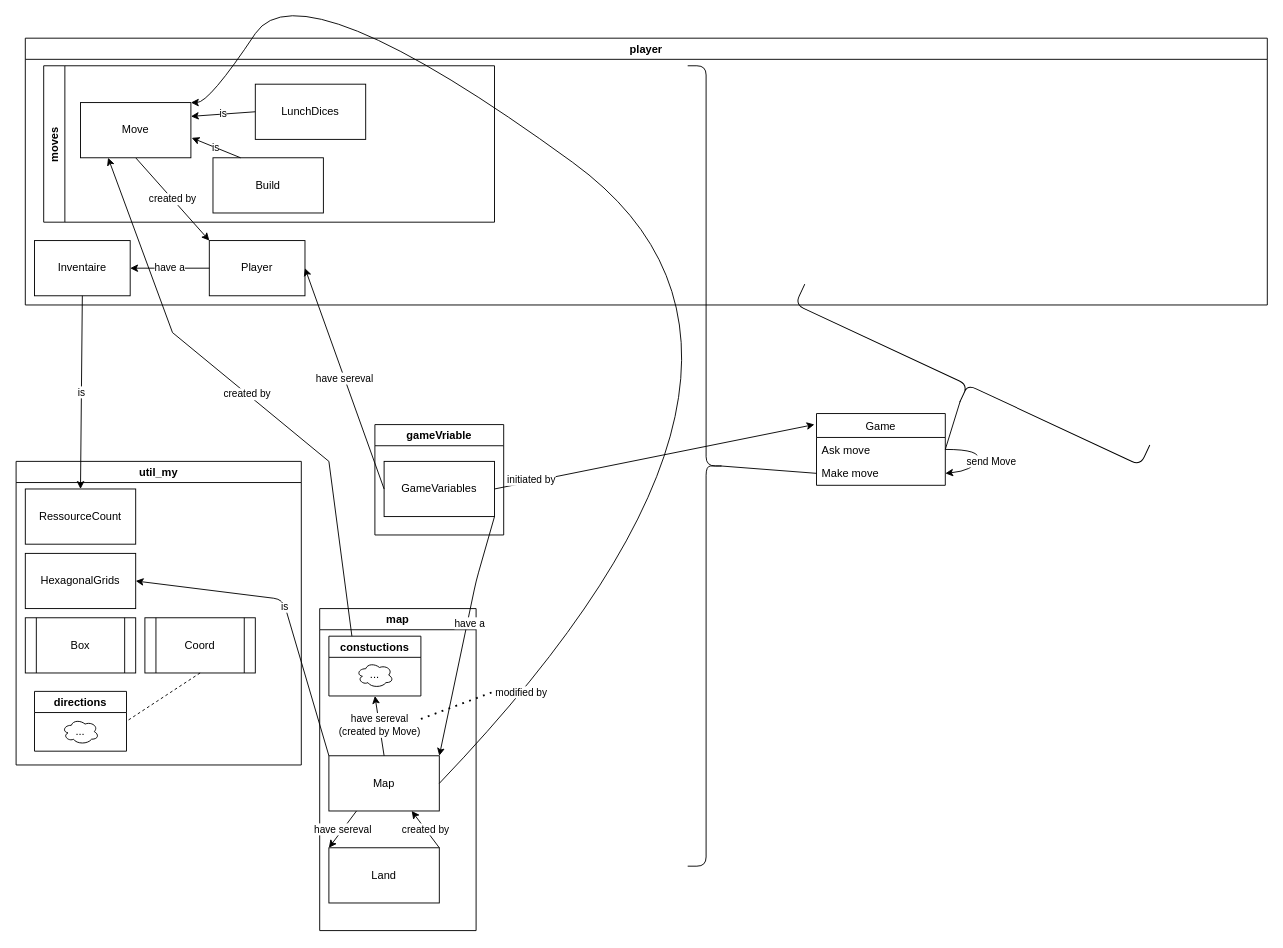
Before: schema.drawio in stanig2106/catan, a draw.io diagram. Source tidied: cells renumbered, new cells numbered last; positions are measured from the earlier drawing's top-left corner, leaving out a move shared by most shapes. Both pictures are drawn from the tidied source at 92%, with x=0, y=0 at pixel (16, -36).
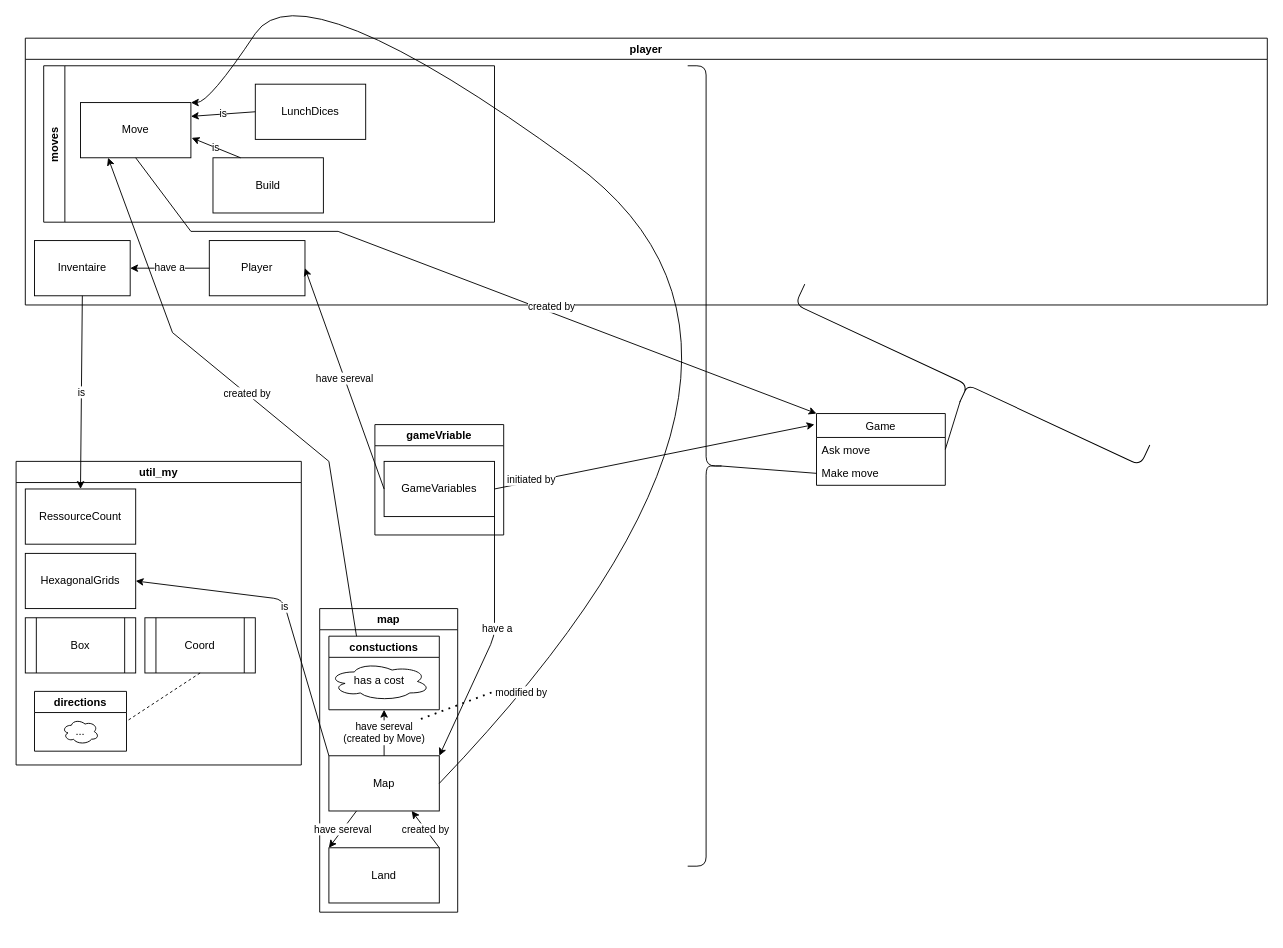
The same page after the edit.

The change refers to these unchanged cells:
```xml
<mxCell id="3" value="Map" style="whiteSpace=wrap;html=1;" parent="2" vertex="1">
  <mxGeometry x="10" y="160" width="120" height="60" as="geometry" />
</mxCell>
<mxCell id="10" value="player" style="swimlane;" parent="1" vertex="1">
  <mxGeometry x="10" y="80" width="1350" height="290" as="geometry" />
</mxCell>
<mxCell id="12" value="Player" style="whiteSpace=wrap;html=1;" parent="10" vertex="1">
  <mxGeometry x="200" y="220" width="104" height="60" as="geometry" />
</mxCell>
<mxCell id="18" value="Move" style="rounded=0;whiteSpace=wrap;html=1;" parent="15" vertex="1">
  <mxGeometry x="40" y="40" width="120" height="60" as="geometry" />
</mxCell>
<mxCell id="32" value="GameVariables" style="rounded=0;whiteSpace=wrap;html=1;" parent="31" vertex="1">
  <mxGeometry x="10" y="40" width="120" height="60" as="geometry" />
</mxCell>
<mxCell id="39" value="Game" style="swimlane;fontStyle=0;horizontal=1;startSize=26;" parent="1" vertex="1">
  <mxGeometry x="870" y="488" width="140" height="78" as="geometry" />
</mxCell>
<mxCell id="40" value="Ask move" style="text;strokeColor=none;fillColor=none;align=left;verticalAlign=top;spacingLeft=4;spacingRight=4;overflow=hidden;points=[[0,0.5],[1,0.5]];portConstraint=eastwest;" parent="39" vertex="1">
  <mxGeometry y="26" width="140" height="26" as="geometry" />
</mxCell>
<mxCell id="41" value="Make move" style="text;strokeColor=none;fillColor=none;align=left;verticalAlign=top;spacingLeft=4;spacingRight=4;overflow=hidden;points=[[0,0.5],[1,0.5]];portConstraint=eastwest;" parent="39" vertex="1">
  <mxGeometry y="52" width="140" height="26" as="geometry" />
</mxCell>
```

The edit, as a diff of the source:
```diff
@@
     <mxCell id="2" value="map" style="swimlane;" parent="1" vertex="1">
-      <mxGeometry x="330" y="700" width="170" height="350" as="geometry" />
+      <mxGeometry x="330" y="700" width="150" height="330" as="geometry" />
     </mxCell>
@@
     <mxCell id="4" value="constuctions" style="swimlane;" parent="2" vertex="1">
-      <mxGeometry x="10" y="30" width="100" height="65" as="geometry" />
+      <mxGeometry x="10" y="30" width="120" height="80" as="geometry" />
     </mxCell>
-    <mxCell id="5" value="..." style="ellipse;shape=cloud;whiteSpace=wrap;html=1;" parent="4" vertex="1">
-      <mxGeometry x="30" y="28.5" width="40" height="27.5" as="geometry" />
+    <mxCell id="5" value="has a cost" style="ellipse;shape=cloud;whiteSpace=wrap;html=1;" parent="4" vertex="1">
+      <mxGeometry y="28.5" width="110" height="41.5" as="geometry" />
     </mxCell>
@@
-    <mxCell id="11" value="created by" style="edgeStyle=none;rounded=0;jettySize=auto;html=1;entryX=0;entryY=0;entryDx=0;entryDy=0;exitX=0.5;exitY=1;exitDx=0;exitDy=0;" parent="10" edge="1" source="18" target="12">
-      <mxGeometry relative="1" as="geometry" />
-    </mxCell>
@@
     <mxCell id="33" value="have a" style="endArrow=classic;html=1;exitX=1;exitY=1;exitDx=0;exitDy=0;entryX=1;entryY=0;entryDx=0;entryDy=0;" parent="1" edge="1" source="32" target="3">
       <mxGeometry x="-0.11" y="3" relative="1" as="geometry">
         <Array as="points">
-          <mxPoint x="500" y="670" />
+          <mxPoint x="520" y="730" />
         </Array>
       </mxGeometry>
     </mxCell>
@@
-    <mxCell id="42" value="send Move" style="curved=1;endArrow=classic;html=1;exitX=1;exitY=0.5;exitDx=0;exitDy=0;entryX=1;entryY=0.5;entryDx=0;entryDy=0;" parent="39" edge="1" source="40" target="41">
-      <mxGeometry x="0.01" y="14" relative="1" as="geometry">
-        <Array as="points">
-          <mxPoint x="180" y="39" />
-          <mxPoint x="170" y="62" />
-        </Array>
-      </mxGeometry>
-    </mxCell>
@@
+    <mxCell id="11" value="created by" style="edgeStyle=none;rounded=0;jettySize=auto;html=1;exitX=0.5;exitY=1;exitDx=0;exitDy=0;entryX=0;entryY=0;entryDx=0;entryDy=0;" parent="1" edge="1" source="18" target="39">
+      <mxGeometry x="0.24" y="6" relative="1" as="geometry">
+        <Array as="points">
+          <mxPoint x="190" y="290" />
+          <mxPoint x="350" y="290" />
+        </Array>
+      </mxGeometry>
+    </mxCell>
```
